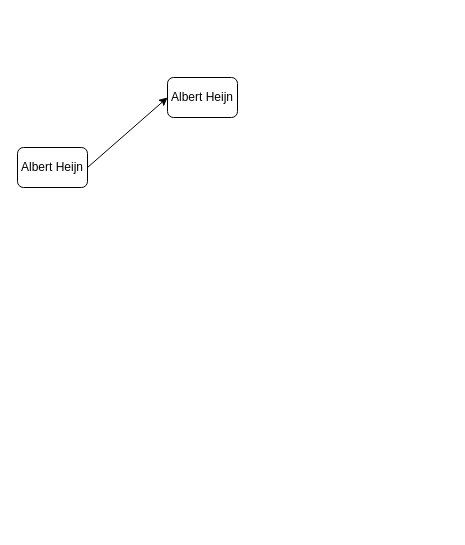
Earlier version of the draw.io diagram Supermarkten.drawio (sailorarie/mijnlieff-ict.nl). Source tidied: cells renumbered, new cells numbered last; positions are measured from the earlier drawing's top-left corner, leaving out a move shared by most shapes. Both pictures are drawn from the tidied source at 100%, with x=0, y=0 at pixel (17, 77).
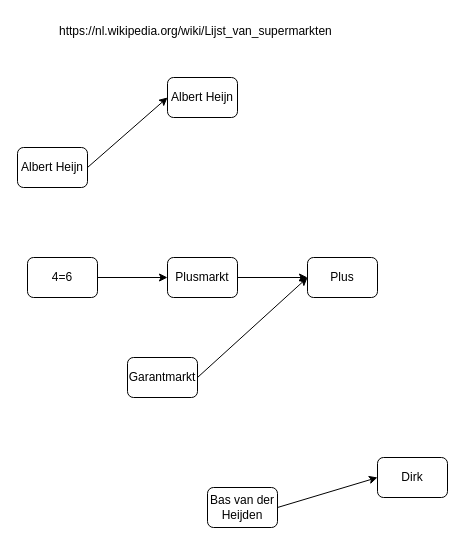
After the change.

The edit, as a diff of the source:
```diff
@@
 <mxGraphModel>
   <root>
     <mxCell id="0" />
     <mxCell id="1" parent="0" />
     <mxCell id="2" value="Albert Heijn" style="rounded=1;whiteSpace=wrap;html=1;" parent="1" vertex="1">
       <mxGeometry y="70" width="70" height="40" as="geometry" />
     </mxCell>
     <mxCell id="3" value="Albert Heijn" style="rounded=1;whiteSpace=wrap;html=1;" parent="1" vertex="1">
       <mxGeometry x="150" width="70" height="40" as="geometry" />
     </mxCell>
     <mxCell id="4" style="endArrow=classic;html=1;exitX=1;exitY=0.5;exitDx=0;exitDy=0;entryX=0;entryY=0.5;entryDx=0;entryDy=0;" parent="1" edge="1" source="2" target="3">
       <mxGeometry relative="1" as="geometry" />
     </mxCell>
+    <mxCell id="5" value="4=6" style="rounded=1;whiteSpace=wrap;html=1;" parent="1" vertex="1">
+      <mxGeometry x="10" y="180" width="70" height="40" as="geometry" />
+    </mxCell>
+    <mxCell id="6" value="Plusmarkt" style="rounded=1;whiteSpace=wrap;html=1;" parent="1" vertex="1">
+      <mxGeometry x="150" y="180" width="70" height="40" as="geometry" />
+    </mxCell>
+    <mxCell id="7" value="Plus" style="rounded=1;whiteSpace=wrap;html=1;" parent="1" vertex="1">
+      <mxGeometry x="290" y="180" width="70" height="40" as="geometry" />
+    </mxCell>
+    <mxCell id="8" style="endArrow=classic;html=1;exitX=1;exitY=0.5;exitDx=0;exitDy=0;entryX=0;entryY=0.5;entryDx=0;entryDy=0;" parent="1" edge="1" source="5" target="6">
+      <mxGeometry relative="1" as="geometry" />
+    </mxCell>
+    <mxCell id="9" style="endArrow=classic;html=1;exitX=1;exitY=0.5;exitDx=0;exitDy=0;entryX=0;entryY=0.5;entryDx=0;entryDy=0;" parent="1" edge="1" source="6" target="7">
+      <mxGeometry relative="1" as="geometry" />
+    </mxCell>
+    <mxCell id="10" value="Dirk" style="rounded=1;whiteSpace=wrap;html=1;" parent="1" vertex="1">
+      <mxGeometry x="360" y="380" width="70" height="40" as="geometry" />
+    </mxCell>
+    <mxCell id="11" value="Bas van der Heijden" style="rounded=1;whiteSpace=wrap;html=1;" parent="1" vertex="1">
+      <mxGeometry x="190" y="410" width="70" height="40" as="geometry" />
+    </mxCell>
+    <mxCell id="12" style="endArrow=classic;html=1;exitX=1;exitY=0.5;exitDx=0;exitDy=0;entryX=0;entryY=0.5;entryDx=0;entryDy=0;" parent="1" edge="1" source="11" target="10">
+      <mxGeometry relative="1" as="geometry" />
+    </mxCell>
+    <mxCell id="13" value="Garantmarkt" style="rounded=1;whiteSpace=wrap;html=1;" parent="1" vertex="1">
+      <mxGeometry x="110" y="280" width="70" height="40" as="geometry" />
+    </mxCell>
+    <mxCell id="14" style="endArrow=classic;html=1;exitX=1;exitY=0.5;exitDx=0;exitDy=0;entryX=0;entryY=0.5;entryDx=0;entryDy=0;" parent="1" edge="1" source="13" target="7">
+      <mxGeometry relative="1" as="geometry" />
+    </mxCell>
+    <mxCell id="15" value="https://nl.wikipedia.org/wiki/Lijst_van_supermarkten" style="text;whiteSpace=wrap;html=1;" parent="1" vertex="1">
+      <mxGeometry x="40" y="-60" width="300" height="30" as="geometry" />
+    </mxCell>
   </root>
 </mxGraphModel>
```
